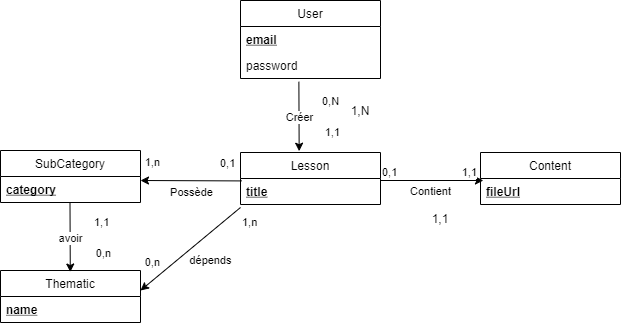
This is data/MCD.drawio.png from aviateur22/devLessons, a draw.io export, as it was before one commit. Source tidied: cells renumbered, new cells last; positions are measured from the earlier drawing's top-left corner, leaving out a move shared by most shapes.
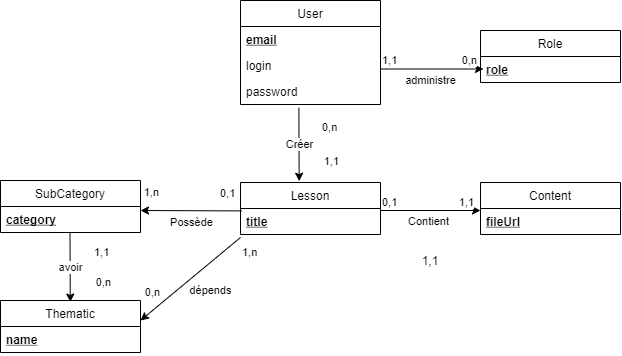
After the change.

What changed in the source:
```diff
@@ -3,13 +3,16 @@
     <mxCell id="0" />
     <mxCell id="1" parent="0" />
     <mxCell id="2" value="User" style="swimlane;fontStyle=0;horizontal=1;startSize=26;" parent="1" vertex="1">
-      <mxGeometry x="240" width="140" height="78" as="geometry" />
+      <mxGeometry x="240" y="-30" width="140" height="104" as="geometry" />
     </mxCell>
+    <mxCell id="34" value="email" style="text;strokeColor=none;fillColor=none;align=left;verticalAlign=top;spacingLeft=4;spacingRight=4;overflow=hidden;fontStyle=5;" parent="2" vertex="1">
+      <mxGeometry y="26" width="140" height="26" as="geometry" />
+    </mxCell>
-    <mxCell id="3" value="email" style="text;strokeColor=none;fillColor=none;align=left;verticalAlign=top;spacingLeft=4;spacingRight=4;overflow=hidden;fontStyle=5;" parent="2" vertex="1">
-      <mxGeometry y="26" width="140" height="26" as="geometry" />
+    <mxCell id="3" value="login" style="text;strokeColor=none;fillColor=none;align=left;verticalAlign=top;spacingLeft=4;spacingRight=4;overflow=hidden;fontStyle=0;" parent="2" vertex="1">
+      <mxGeometry y="52" width="140" height="26" as="geometry" />
     </mxCell>
     <mxCell id="4" value="password" style="text;strokeColor=none;fillColor=none;align=left;verticalAlign=top;spacingLeft=4;spacingRight=4;overflow=hidden;points=[[0,0.5],[1,0.5]];portConstraint=eastwest;" parent="2" vertex="1">
-      <mxGeometry y="52" width="140" height="26" as="geometry" />
+      <mxGeometry y="78" width="140" height="26" as="geometry" />
     </mxCell>
     <mxCell id="5" value="Lesson" style="swimlane;fontStyle=0;horizontal=1;startSize=26;" parent="1" vertex="1">
       <mxGeometry x="240" y="152" width="140" height="52" as="geometry" />
@@ -29,9 +32,10 @@
     <mxCell id="10" value="fileUrl" style="text;strokeColor=none;fillColor=none;align=left;verticalAlign=top;spacingLeft=4;spacingRight=4;overflow=hidden;points=[[0,0.5],[1,0.5]];portConstraint=eastwest;fontStyle=5;" parent="9" vertex="1">
       <mxGeometry y="26" width="140" height="26" as="geometry" />
     </mxCell>
-    <mxCell id="11" value="Contient" style="endArrow=classic;html=1;entryX=0.021;entryY=0.077;entryDx=0;entryDy=0;entryPerimeter=0;" parent="1" edge="1" target="10">
+    <mxCell id="11" value="Contient" style="endArrow=classic;html=1;" parent="1" edge="1">
       <mxGeometry x="-0.03" y="-11" relative="1" as="geometry">
         <mxPoint x="380" y="180" as="sourcePoint" />
+        <mxPoint x="480" y="180" as="targetPoint" />
       </mxGeometry>
     </mxCell>
     <mxCell id="12" value="0,1" style="edgeLabel;html=1;align=left;verticalAlign=bottom;" parent="11" vertex="1">
@@ -69,7 +73,7 @@
     <mxCell id="19" value="Créer" style="edgeLabel;html=1;align=center;verticalAlign=middle;" parent="18" vertex="1">
       <mxGeometry relative="1" as="geometry" />
     </mxCell>
-    <mxCell id="20" value="0,N" style="edgeLabel;html=1;align=left;verticalAlign=bottom;" parent="18" vertex="1">
+    <mxCell id="20" value="0,n" style="edgeLabel;html=1;align=left;verticalAlign=bottom;" parent="18" vertex="1">
       <mxGeometry x="-1" relative="1" as="geometry">
         <mxPoint x="22" y="28" as="offset" />
       </mxGeometry>
@@ -79,11 +83,8 @@
         <mxPoint x="41" y="-11" as="offset" />
       </mxGeometry>
     </mxCell>
-    <mxCell id="22" value="1,N" style="text;html=1;strokeColor=none;fillColor=none;align=center;verticalAlign=middle;whiteSpace=wrap;rounded=0;" parent="1" vertex="1">
-      <mxGeometry x="340" y="100" width="40" height="20" as="geometry" />
-    </mxCell>
     <mxCell id="23" value="1,1" style="text;html=1;strokeColor=none;fillColor=none;align=center;verticalAlign=middle;whiteSpace=wrap;rounded=0;" parent="1" vertex="1">
-      <mxGeometry x="420" y="208" width="40" height="20" as="geometry" />
+      <mxGeometry x="410" y="220" width="40" height="20" as="geometry" />
     </mxCell>
     <mxCell id="24" value="Thematic" style="swimlane;fontStyle=0;horizontal=1;startSize=26;" parent="1" vertex="1">
       <mxGeometry y="270" width="140" height="52" as="geometry" />
@@ -130,5 +131,25 @@
         <mxPoint x="20" y="-20" as="offset" />
       </mxGeometry>
     </mxCell>
+    <mxCell id="35" value="Role" style="swimlane;fontStyle=0;horizontal=1;startSize=26;" parent="1" vertex="1">
+      <mxGeometry x="480" width="140" height="52" as="geometry" />
+    </mxCell>
+    <mxCell id="36" value="role" style="text;strokeColor=none;fillColor=none;align=left;verticalAlign=top;spacingLeft=4;spacingRight=4;overflow=hidden;fontStyle=5;" parent="35" vertex="1">
+      <mxGeometry y="26" width="140" height="26" as="geometry" />
+    </mxCell>
+    <mxCell id="37" value="administre" style="endArrow=classic;html=1;entryX=0.021;entryY=0.077;entryDx=0;entryDy=0;entryPerimeter=0;" parent="1" edge="1">
+      <mxGeometry x="-0.03" y="-11" relative="1" as="geometry">
+        <mxPoint x="380" y="38.5" as="sourcePoint" />
+        <mxPoint x="482.9" y="38.5" as="targetPoint" />
+      </mxGeometry>
+    </mxCell>
+    <mxCell id="38" value="1,1" style="edgeLabel;html=1;align=left;verticalAlign=bottom;" parent="37" vertex="1">
+      <mxGeometry x="-1" relative="1" as="geometry" />
+    </mxCell>
+    <mxCell id="39" value="0,n" style="edgeLabel;html=1;align=right;verticalAlign=bottom;" parent="37" vertex="1">
+      <mxGeometry x="1" relative="1" as="geometry">
+        <mxPoint x="-6" as="offset" />
+      </mxGeometry>
+    </mxCell>
   </root>
 </mxGraphModel>
```
